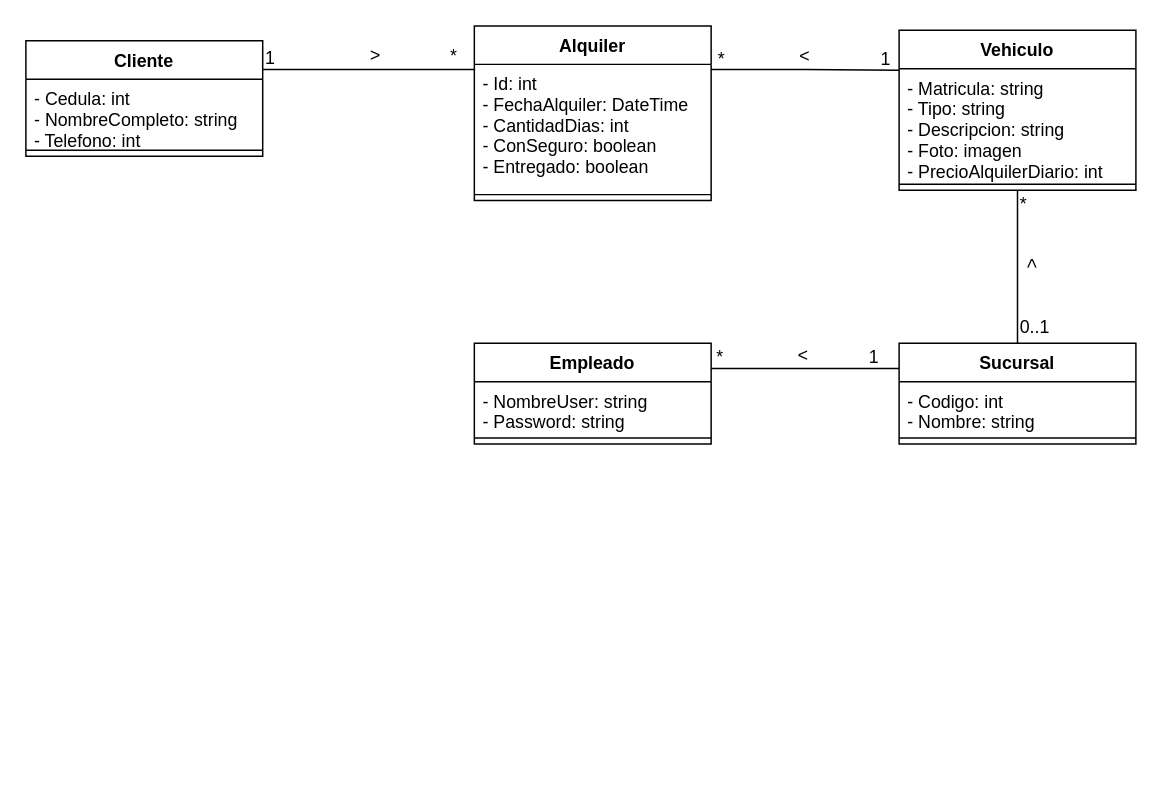
The draw.io diagram Diagramas/ModeloConceptual.drawio in KaTTNico/BIOSRent, before the edit. Source tidied: cells renumbered, new cells numbered last; positions are measured from the earlier drawing's top-left corner, leaving out a move shared by most shapes. Both pictures are drawn from the tidied source at 148%, with x=0, y=0 at pixel (25, 25).
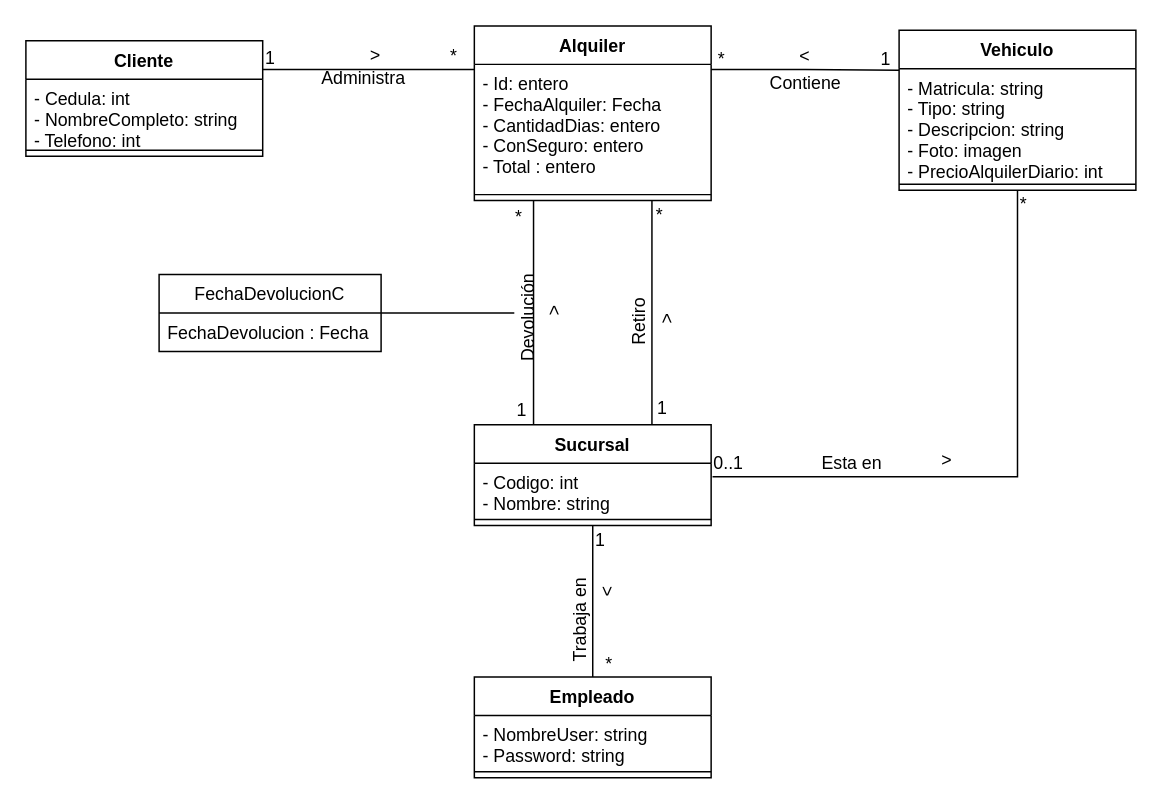
After the change.

Commit message:
Modificacion de Modelo Coneptual agregando lo que dijo el profesor

The change refers to these unchanged cells:
```xml
<mxCell id="4" value="- Codigo: int&#10;- Nombre: string&#10;" style="text;strokeColor=none;fillColor=none;align=left;verticalAlign=top;spacingLeft=4;spacingRight=4;overflow=hidden;points=[[0,0.5],[1,0.5]];portConstraint=eastwest;" parent="3" vertex="1">
  <mxGeometry y="26" width="160" height="34" as="geometry" />
</mxCell>
<mxCell id="6" value="Vehiculo" style="swimlane;fontStyle=1;align=center;verticalAlign=top;horizontal=1;startSize=26;" parent="1" vertex="1">
  <mxGeometry x="590" y="3" width="160" height="108" as="geometry" />
</mxCell>
<mxCell id="18" value="Alquiler" style="swimlane;fontStyle=1;align=center;verticalAlign=top;horizontal=1;startSize=26;" parent="1" vertex="1">
  <mxGeometry x="303" width="160" height="118" as="geometry" />
</mxCell>
```

The edit, as a diff of the source:
```diff
@@
-    <mxCell id="2" style="edgeStyle=orthogonalEdgeStyle;rounded=0;jettySize=auto;html=1;exitX=0.5;exitY=0;exitDx=0;exitDy=0;entryX=0.5;entryY=1;entryDx=0;entryDy=0;startArrow=none;startFill=0;endArrow=none;endFill=0;" parent="1" edge="1" source="3" target="6">
-      <mxGeometry relative="1" as="geometry" />
+    <mxCell id="2" style="edgeStyle=orthogonalEdgeStyle;rounded=0;jettySize=auto;html=1;exitX=1.006;exitY=0.27;exitDx=0;exitDy=0;entryX=0.5;entryY=1;entryDx=0;entryDy=0;startArrow=none;startFill=0;endArrow=none;endFill=0;exitPerimeter=0;" parent="1" edge="1" source="4" target="6">
+      <mxGeometry relative="1" as="geometry">
+        <Array as="points">
+          <mxPoint x="670" y="305" />
+        </Array>
+      </mxGeometry>
     </mxCell>
     <mxCell id="3" value="Sucursal" style="swimlane;fontStyle=1;align=center;verticalAlign=top;horizontal=1;startSize=26;" parent="1" vertex="1">
-      <mxGeometry x="590" y="214.5" width="160" height="68" as="geometry" />
+      <mxGeometry x="303" y="269.5" width="160" height="68" as="geometry" />
     </mxCell>
@@
-    <mxCell id="13" style="edgeStyle=orthogonalEdgeStyle;rounded=0;jettySize=auto;html=1;exitX=1;exitY=0.25;exitDx=0;exitDy=0;entryX=0;entryY=0.25;entryDx=0;entryDy=0;startArrow=none;startFill=0;endArrow=none;endFill=0;" parent="1" edge="1" source="14" target="3">
+    <mxCell id="13" style="edgeStyle=orthogonalEdgeStyle;rounded=0;jettySize=auto;html=1;exitX=0.5;exitY=0;exitDx=0;exitDy=0;entryX=0.5;entryY=1;entryDx=0;entryDy=0;startArrow=none;startFill=0;endArrow=none;endFill=0;" parent="1" edge="1" source="14" target="3">
       <mxGeometry relative="1" as="geometry" />
     </mxCell>
     <mxCell id="14" value="Empleado" style="swimlane;fontStyle=1;align=center;verticalAlign=top;horizontal=1;startSize=26;" parent="1" vertex="1">
-      <mxGeometry x="303" y="214.5" width="160" height="68" as="geometry" />
+      <mxGeometry x="303" y="440" width="160" height="68" as="geometry" />
     </mxCell>
@@
+    <mxCell id="33" style="edgeStyle=orthogonalEdgeStyle;rounded=0;jettySize=auto;html=1;exitX=0.75;exitY=1;exitDx=0;exitDy=0;entryX=0.75;entryY=0;entryDx=0;entryDy=0;endArrow=none;endFill=0;" parent="1" edge="1" source="18" target="3">
+      <mxGeometry relative="1" as="geometry">
+        <Array as="points">
+          <mxPoint x="423" y="230" />
+          <mxPoint x="423" y="230" />
+        </Array>
+      </mxGeometry>
+    </mxCell>
+    <mxCell id="34" style="edgeStyle=orthogonalEdgeStyle;rounded=0;jettySize=auto;html=1;exitX=0.25;exitY=1;exitDx=0;exitDy=0;entryX=0.25;entryY=0;entryDx=0;entryDy=0;endArrow=none;endFill=0;" parent="1" edge="1" source="18" target="3">
+      <mxGeometry relative="1" as="geometry" />
+    </mxCell>
@@
-    <mxCell id="19" value="- Id: int&#10;- FechaAlquiler: DateTime&#10;- CantidadDias: int&#10;- ConSeguro: boolean&#10;- Entregado: boolean&#10;" style="text;strokeColor=none;fillColor=none;align=left;verticalAlign=top;spacingLeft=4;spacingRight=4;overflow=hidden;" parent="18" vertex="1">
+    <mxCell id="19" value="- Id: entero&#10;- FechaAlquiler: Fecha&#10;- CantidadDias: entero&#10;- ConSeguro: entero&#10;- Total : entero&#10;" style="text;strokeColor=none;fillColor=none;align=left;verticalAlign=top;spacingLeft=4;spacingRight=4;overflow=hidden;" parent="18" vertex="1">
       <mxGeometry y="26" width="160" height="84" as="geometry" />
     </mxCell>
@@
     <mxCell id="25" value="0..1" style="text;html=1;align=left;verticalAlign=top;spacingTop=-4;" parent="1" vertex="1">
-      <mxGeometry x="670" y="193.5" width="40" height="20" as="geometry" />
+      <mxGeometry x="463" y="285.5" width="40" height="20" as="geometry" />
     </mxCell>
@@
     <mxCell id="27" value="1" style="text;html=1;align=left;verticalAlign=top;spacingTop=-4;" parent="1" vertex="1">
-      <mxGeometry x="567.5" y="213.5" width="20" height="20" as="geometry" />
+      <mxGeometry x="383" y="337.5" width="20" height="20" as="geometry" />
     </mxCell>
     <mxCell id="28" value="*" style="text;html=1;align=left;verticalAlign=top;spacingTop=-4;" parent="1" vertex="1">
-      <mxGeometry x="465" y="213.5" width="20" height="20" as="geometry" />
+      <mxGeometry x="390" y="421.5" width="20" height="20" as="geometry" />
     </mxCell>
-    <mxCell id="29" value="&amp;gt;" style="text;html=1;align=left;verticalAlign=top;spacingTop=-4;rotation=-90;" parent="1" vertex="1">
-      <mxGeometry x="670" y="146.5" width="20" height="20" as="geometry" />
+    <mxCell id="29" value="&amp;gt;" style="text;html=1;align=left;verticalAlign=top;spacingTop=-4;rotation=0;" parent="1" vertex="1">
+      <mxGeometry x="617" y="283.5" width="20" height="20" as="geometry" />
     </mxCell>
-    <mxCell id="30" value="&amp;gt;" style="text;html=1;align=left;verticalAlign=top;spacingTop=-4;rotation=180;" parent="1" vertex="1">
-      <mxGeometry x="511" y="213.5" width="20" height="20" as="geometry" />
+    <mxCell id="30" value="&amp;gt;" style="text;html=1;align=left;verticalAlign=top;spacingTop=-4;rotation=90;" parent="1" vertex="1">
+      <mxGeometry x="383" y="377" width="20" height="20" as="geometry" />
     </mxCell>
@@
+    <mxCell id="35" value="1" style="text;html=1;align=left;verticalAlign=top;spacingTop=-4;" parent="1" vertex="1">
+      <mxGeometry x="425" y="248.5" width="20" height="20" as="geometry" />
+    </mxCell>
+    <mxCell id="36" value="*" style="text;html=1;align=left;verticalAlign=top;spacingTop=-4;" parent="1" vertex="1">
+      <mxGeometry x="424" y="118" width="20" height="20" as="geometry" />
+    </mxCell>
+    <mxCell id="37" value="&amp;gt;" style="text;html=1;align=left;verticalAlign=top;spacingTop=-4;rotation=-90;" parent="1" vertex="1">
+      <mxGeometry x="423" y="183.5" width="20" height="20" as="geometry" />
+    </mxCell>
+    <mxCell id="38" style="edgeStyle=orthogonalEdgeStyle;rounded=0;jettySize=auto;html=1;endArrow=none;endFill=0;" parent="1" edge="1" source="39" target="48">
+      <mxGeometry relative="1" as="geometry" />
+    </mxCell>
+    <mxCell id="39" value="Devolución" style="text;html=1;points=[];align=left;verticalAlign=top;spacingTop=-4;rotation=-90;" parent="1" vertex="1">
+      <mxGeometry x="305" y="184" width="70" height="20" as="geometry" />
+    </mxCell>
+    <mxCell id="40" value="Retiro" style="text;html=1;align=left;verticalAlign=top;spacingTop=-4;rotation=-90;" parent="1" vertex="1">
+      <mxGeometry x="390" y="183" width="50" height="20" as="geometry" />
+    </mxCell>
+    <mxCell id="41" value="Esta en" style="text;html=1;align=left;verticalAlign=top;spacingTop=-4;" parent="1" vertex="1">
+      <mxGeometry x="536" y="285.5" width="60" height="20" as="geometry" />
+    </mxCell>
+    <mxCell id="42" value="Trabaja en" style="text;html=1;align=left;verticalAlign=top;spacingTop=-4;rotation=-90;" parent="1" vertex="1">
+      <mxGeometry x="340" y="387" width="70" height="20" as="geometry" />
+    </mxCell>
+    <mxCell id="43" value="Administra" style="text;html=1;align=left;verticalAlign=top;spacingTop=-4;" parent="1" vertex="1">
+      <mxGeometry x="197.5" y="26" width="70" height="20" as="geometry" />
+    </mxCell>
+    <mxCell id="44" value="Contiene" style="text;html=1;align=left;verticalAlign=top;spacingTop=-4;" parent="1" vertex="1">
+      <mxGeometry x="501" y="29" width="60" height="20" as="geometry" />
+    </mxCell>
+    <mxCell id="45" value="*" style="text;html=1;align=left;verticalAlign=top;spacingTop=-4;" parent="1" vertex="1">
+      <mxGeometry x="329" y="120" width="20" height="20" as="geometry" />
+    </mxCell>
+    <mxCell id="46" value="1" style="text;html=1;align=left;verticalAlign=top;spacingTop=-4;" parent="1" vertex="1">
+      <mxGeometry x="330" y="249.5" width="20" height="20" as="geometry" />
+    </mxCell>
+    <mxCell id="47" value="&amp;lt;" style="text;html=1;align=left;verticalAlign=top;spacingTop=-4;rotation=90;" parent="1" vertex="1">
+      <mxGeometry x="347" y="187" width="20" height="20" as="geometry" />
+    </mxCell>
+    <mxCell id="48" value="FechaDevolucionC" style="swimlane;fontStyle=0;horizontal=1;startSize=26;fillColor=none;" parent="1" vertex="1">
+      <mxGeometry x="90" y="168" width="150" height="52" as="geometry" />
+    </mxCell>
+    <mxCell id="49" value="FechaDevolucion : Fecha" style="text;strokeColor=none;fillColor=none;align=left;verticalAlign=top;spacingLeft=4;spacingRight=4;overflow=hidden;" parent="48" vertex="1">
+      <mxGeometry y="26" width="150" height="26" as="geometry" />
+    </mxCell>
```
